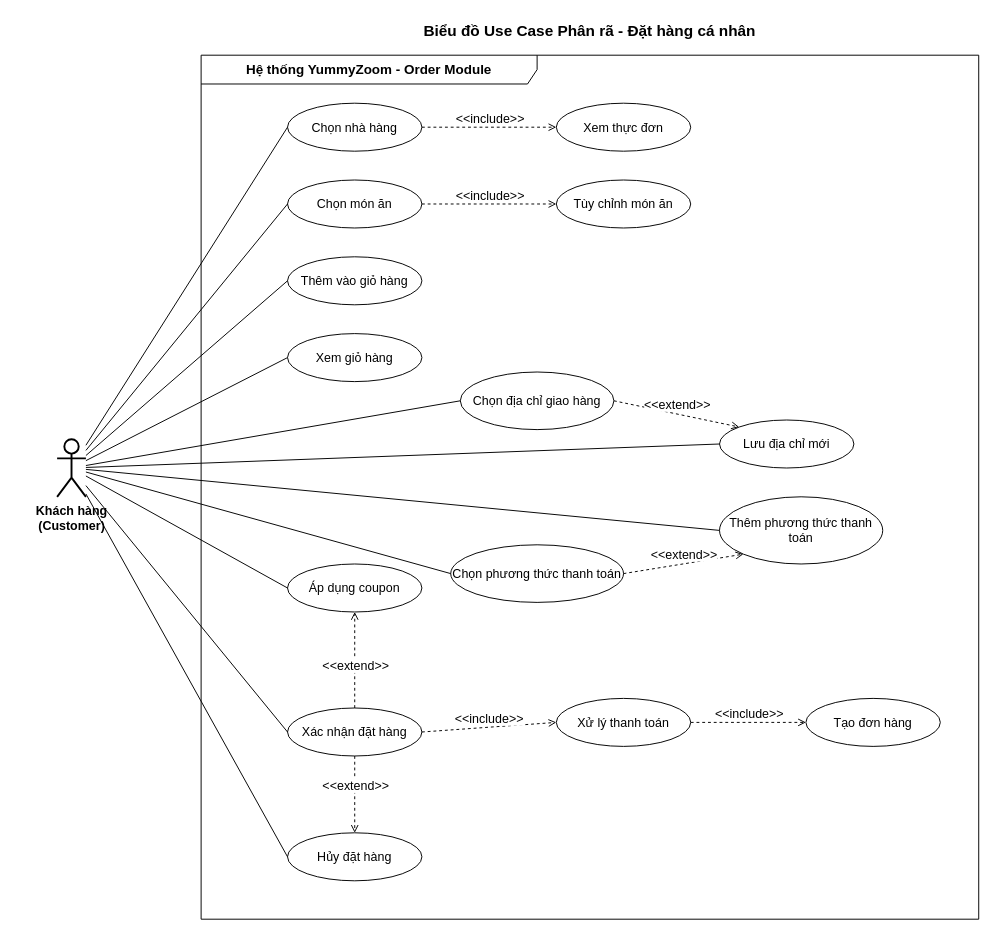
This is report/res/diagrams/usecase_individual_order_decomposition.drawio from hoangvu1420/YummyZoom, a draw.io file, before an edit. Source tidied: cells renumbered, new cells numbered last; positions are measured from the earlier drawing's top-left corner, leaving out a move shared by most shapes. Both pictures are drawn from the tidied source at 96%, with x=0, y=0 at pixel (57, 16).
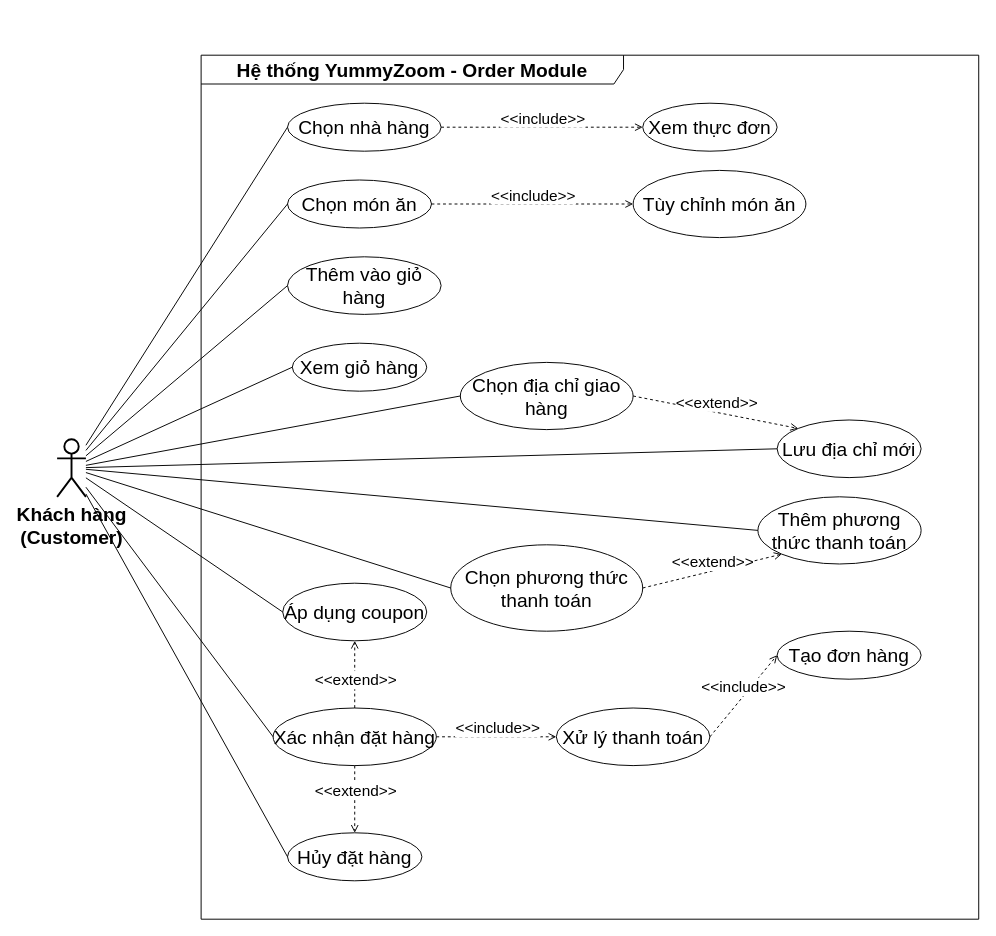
Above is the later version.

Diff of the diagram source:
```diff
@@
-    <mxCell id="2" value="Biểu đồ Use Case Phân rã - Đặt hàng cá nhân" style="text;strokeColor=none;align=center;fillColor=none;html=1;verticalAlign=middle;whiteSpace=wrap;rounded=0;fontSize=16;fontStyle=1;" parent="1" vertex="1">
-      <mxGeometry x="355" width="400" height="30" as="geometry" />
-    </mxCell>
-    <mxCell id="3" value="Hệ thống YummyZoom - Order Module" style="shape=umlFrame;whiteSpace=wrap;html=1;width=350;height=30;fontSize=14;fontStyle=1;" parent="1" vertex="1">
+    <mxCell id="3" value="Hệ thống YummyZoom - Order Module" style="shape=umlFrame;whiteSpace=wrap;html=1;width=440;height=30;fontSize=20;fontStyle=1;" parent="1" vertex="1">
       <mxGeometry x="150" y="40" width="810" height="900" as="geometry" />
     </mxCell>
-    <mxCell id="4" value="Khách hàng&lt;div style=&quot;font-size: 13px;&quot;&gt;(Customer)&lt;/div&gt;" style="shape=umlActor;verticalLabelPosition=bottom;verticalAlign=top;html=1;outlineConnect=0;fontSize=13;fontStyle=1;strokeWidth=2;" parent="1" vertex="1">
+    <mxCell id="4" value="Khách hàng&lt;div style=&quot;font-size: 20px;&quot;&gt;(Customer)&lt;/div&gt;" style="shape=umlActor;verticalLabelPosition=bottom;verticalAlign=top;html=1;outlineConnect=0;fontSize=20;fontStyle=1;strokeWidth=2;" parent="1" vertex="1">
       <mxGeometry y="440" width="30" height="60" as="geometry" />
     </mxCell>
-    <mxCell id="5" value="Chọn nhà hàng" style="ellipse;whiteSpace=wrap;html=1;fontSize=13;" parent="1" vertex="1">
-      <mxGeometry x="240" y="90" width="140" height="50" as="geometry" />
+    <mxCell id="5" value="Chọn nhà hàng" style="ellipse;whiteSpace=wrap;html=1;fontSize=20;" parent="1" vertex="1">
+      <mxGeometry x="240" y="90" width="160" height="50" as="geometry" />
     </mxCell>
-    <mxCell id="6" value="Xem thực đơn" style="ellipse;whiteSpace=wrap;html=1;fontSize=13;" parent="1" vertex="1">
-      <mxGeometry x="520" y="90" width="140" height="50" as="geometry" />
+    <mxCell id="6" value="Xem thực đơn" style="ellipse;whiteSpace=wrap;html=1;fontSize=20;" parent="1" vertex="1">
+      <mxGeometry x="610" y="90" width="140" height="50" as="geometry" />
     </mxCell>
-    <mxCell id="7" value="Chọn món ăn" style="ellipse;whiteSpace=wrap;html=1;fontSize=13;" parent="1" vertex="1">
-      <mxGeometry x="240" y="170" width="140" height="50" as="geometry" />
+    <mxCell id="7" value="Chọn món ăn" style="ellipse;whiteSpace=wrap;html=1;fontSize=20;" parent="1" vertex="1">
+      <mxGeometry x="240" y="170" width="150" height="50" as="geometry" />
     </mxCell>
-    <mxCell id="8" value="Tùy chỉnh món ăn" style="ellipse;whiteSpace=wrap;html=1;fontSize=13;" parent="1" vertex="1">
-      <mxGeometry x="520" y="170" width="140" height="50" as="geometry" />
+    <mxCell id="8" value="Tùy chỉnh món ăn" style="ellipse;whiteSpace=wrap;html=1;fontSize=20;" parent="1" vertex="1">
+      <mxGeometry x="600" y="160" width="180" height="70" as="geometry" />
     </mxCell>
-    <mxCell id="9" value="Thêm vào giỏ hàng" style="ellipse;whiteSpace=wrap;html=1;fontSize=13;" parent="1" vertex="1">
-      <mxGeometry x="240" y="250" width="140" height="50" as="geometry" />
+    <mxCell id="9" value="Thêm vào giỏ hàng" style="ellipse;whiteSpace=wrap;html=1;fontSize=20;" parent="1" vertex="1">
+      <mxGeometry x="240" y="250" width="160" height="60" as="geometry" />
     </mxCell>
-    <mxCell id="10" value="Xem giỏ hàng" style="ellipse;whiteSpace=wrap;html=1;fontSize=13;" parent="1" vertex="1">
-      <mxGeometry x="240" y="330" width="140" height="50" as="geometry" />
+    <mxCell id="10" value="Xem giỏ hàng" style="ellipse;whiteSpace=wrap;html=1;fontSize=20;" parent="1" vertex="1">
+      <mxGeometry x="245" y="340" width="140" height="50" as="geometry" />
     </mxCell>
-    <mxCell id="11" value="Áp dụng coupon" style="ellipse;whiteSpace=wrap;html=1;fontSize=13;" parent="1" vertex="1">
-      <mxGeometry x="240" y="570" width="140" height="50" as="geometry" />
+    <mxCell id="11" value="Áp dụng coupon" style="ellipse;whiteSpace=wrap;html=1;fontSize=20;" parent="1" vertex="1">
+      <mxGeometry x="235" y="590" width="150" height="60" as="geometry" />
     </mxCell>
-    <mxCell id="12" value="Chọn địa chỉ giao hàng" style="ellipse;whiteSpace=wrap;html=1;fontSize=13;" parent="1" vertex="1">
-      <mxGeometry x="420" y="370" width="160" height="60" as="geometry" />
+    <mxCell id="12" value="Chọn địa chỉ giao hàng" style="ellipse;whiteSpace=wrap;html=1;fontSize=20;" parent="1" vertex="1">
+      <mxGeometry x="420" y="360" width="180" height="70" as="geometry" />
     </mxCell>
-    <mxCell id="13" value="Lưu địa chỉ mới" style="ellipse;whiteSpace=wrap;html=1;fontSize=13;" parent="1" vertex="1">
-      <mxGeometry x="690" y="420" width="140" height="50" as="geometry" />
+    <mxCell id="13" value="Lưu địa chỉ mới" style="ellipse;whiteSpace=wrap;html=1;fontSize=20;" parent="1" vertex="1">
+      <mxGeometry x="750" y="420" width="150" height="60" as="geometry" />
     </mxCell>
-    <mxCell id="14" value="Chọn phương thức thanh toán" style="ellipse;whiteSpace=wrap;html=1;fontSize=13;" parent="1" vertex="1">
-      <mxGeometry x="410" y="550" width="180" height="60" as="geometry" />
+    <mxCell id="14" value="Chọn phương thức thanh toán" style="ellipse;whiteSpace=wrap;html=1;fontSize=20;" parent="1" vertex="1">
+      <mxGeometry x="410" y="550" width="200" height="90" as="geometry" />
     </mxCell>
-    <mxCell id="15" value="Thêm phương thức thanh toán" style="ellipse;whiteSpace=wrap;html=1;fontSize=13;" parent="1" vertex="1">
-      <mxGeometry x="690" y="500" width="170" height="70" as="geometry" />
+    <mxCell id="15" value="Thêm phương thức thanh toán" style="ellipse;whiteSpace=wrap;html=1;fontSize=20;" parent="1" vertex="1">
+      <mxGeometry x="730" y="500" width="170" height="70" as="geometry" />
     </mxCell>
-    <mxCell id="16" value="Xác nhận đặt hàng" style="ellipse;whiteSpace=wrap;html=1;fontSize=13;" parent="1" vertex="1">
-      <mxGeometry x="240" y="720" width="140" height="50" as="geometry" />
+    <mxCell id="16" value="Xác nhận đặt hàng" style="ellipse;whiteSpace=wrap;html=1;fontSize=20;" parent="1" vertex="1">
+      <mxGeometry x="225" y="720" width="170" height="60" as="geometry" />
     </mxCell>
-    <mxCell id="17" value="Xử lý thanh toán" style="ellipse;whiteSpace=wrap;html=1;fontSize=13;" parent="1" vertex="1">
-      <mxGeometry x="520" y="710" width="140" height="50" as="geometry" />
+    <mxCell id="17" value="Xử lý thanh toán" style="ellipse;whiteSpace=wrap;html=1;fontSize=20;" parent="1" vertex="1">
+      <mxGeometry x="520" y="720" width="160" height="60" as="geometry" />
     </mxCell>
-    <mxCell id="18" value="Tạo đơn hàng" style="ellipse;whiteSpace=wrap;html=1;fontSize=13;" parent="1" vertex="1">
-      <mxGeometry x="780" y="710" width="140" height="50" as="geometry" />
+    <mxCell id="18" value="Tạo đơn hàng" style="ellipse;whiteSpace=wrap;html=1;fontSize=20;" parent="1" vertex="1">
+      <mxGeometry x="750" y="640" width="150" height="50" as="geometry" />
     </mxCell>
-    <mxCell id="19" value="Hủy đặt hàng" style="ellipse;whiteSpace=wrap;html=1;fontSize=13;" parent="1" vertex="1">
+    <mxCell id="19" value="Hủy đặt hàng" style="ellipse;whiteSpace=wrap;html=1;fontSize=20;" parent="1" vertex="1">
       <mxGeometry x="240" y="850" width="140" height="50" as="geometry" />
     </mxCell>
-    <mxCell id="20" style="endArrow=none;html=1;rounded=0;entryX=0;entryY=0.5;entryDx=0;entryDy=0;" parent="1" edge="1" source="4" target="5">
+    <mxCell id="20" style="endArrow=none;html=1;rounded=0;entryX=0;entryY=0.5;entryDx=0;entryDy=0;fontSize=20;" parent="1" edge="1" source="4" target="5">
       <mxGeometry relative="1" as="geometry" />
     </mxCell>
-    <mxCell id="21" style="endArrow=none;html=1;rounded=0;entryX=0;entryY=0.5;entryDx=0;entryDy=0;" parent="1" edge="1" source="4" target="7">
+    <mxCell id="21" style="endArrow=none;html=1;rounded=0;entryX=0;entryY=0.5;entryDx=0;entryDy=0;fontSize=20;" parent="1" edge="1" source="4" target="7">
       <mxGeometry relative="1" as="geometry" />
     </mxCell>
-    <mxCell id="22" style="endArrow=none;html=1;rounded=0;entryX=0;entryY=0.5;entryDx=0;entryDy=0;" parent="1" edge="1" source="4" target="9">
+    <mxCell id="22" style="endArrow=none;html=1;rounded=0;entryX=0;entryY=0.5;entryDx=0;entryDy=0;fontSize=20;" parent="1" edge="1" source="4" target="9">
       <mxGeometry relative="1" as="geometry" />
     </mxCell>
-    <mxCell id="23" style="endArrow=none;html=1;rounded=0;entryX=0;entryY=0.5;entryDx=0;entryDy=0;" parent="1" edge="1" source="4" target="10">
+    <mxCell id="23" style="endArrow=none;html=1;rounded=0;entryX=0;entryY=0.5;entryDx=0;entryDy=0;fontSize=20;" parent="1" edge="1" source="4" target="10">
       <mxGeometry relative="1" as="geometry" />
     </mxCell>
-    <mxCell id="24" style="endArrow=none;html=1;rounded=0;entryX=0;entryY=0.5;entryDx=0;entryDy=0;" parent="1" edge="1" source="4" target="11">
+    <mxCell id="24" style="endArrow=none;html=1;rounded=0;entryX=0;entryY=0.5;entryDx=0;entryDy=0;fontSize=20;" parent="1" edge="1" source="4" target="11">
       <mxGeometry relative="1" as="geometry" />
     </mxCell>
-    <mxCell id="25" style="endArrow=none;html=1;rounded=0;entryX=0;entryY=0.5;entryDx=0;entryDy=0;" parent="1" edge="1" source="4" target="12">
+    <mxCell id="25" style="endArrow=none;html=1;rounded=0;entryX=0;entryY=0.5;entryDx=0;entryDy=0;fontSize=20;" parent="1" edge="1" source="4" target="12">
       <mxGeometry relative="1" as="geometry" />
     </mxCell>
-    <mxCell id="26" style="endArrow=none;html=1;rounded=0;entryX=0;entryY=0.5;entryDx=0;entryDy=0;" parent="1" edge="1" source="4" target="14">
+    <mxCell id="26" style="endArrow=none;html=1;rounded=0;entryX=0;entryY=0.5;entryDx=0;entryDy=0;fontSize=20;" parent="1" edge="1" source="4" target="14">
       <mxGeometry relative="1" as="geometry" />
     </mxCell>
-    <mxCell id="27" style="endArrow=none;html=1;rounded=0;entryX=0;entryY=0.5;entryDx=0;entryDy=0;" parent="1" edge="1" source="4" target="16">
+    <mxCell id="27" style="endArrow=none;html=1;rounded=0;entryX=0;entryY=0.5;entryDx=0;entryDy=0;fontSize=20;" parent="1" edge="1" source="4" target="16">
       <mxGeometry relative="1" as="geometry" />
     </mxCell>
-    <mxCell id="28" style="endArrow=none;html=1;rounded=0;entryX=0;entryY=0.5;entryDx=0;entryDy=0;" parent="1" edge="1" source="4" target="13">
+    <mxCell id="28" style="endArrow=none;html=1;rounded=0;entryX=0;entryY=0.5;entryDx=0;entryDy=0;fontSize=20;" parent="1" edge="1" source="4" target="13">
       <mxGeometry relative="1" as="geometry" />
     </mxCell>
-    <mxCell id="29" style="endArrow=none;html=1;rounded=0;entryX=0;entryY=0.5;entryDx=0;entryDy=0;" parent="1" edge="1" source="4" target="15">
+    <mxCell id="29" style="endArrow=none;html=1;rounded=0;entryX=0;entryY=0.5;entryDx=0;entryDy=0;fontSize=20;" parent="1" edge="1" source="4" target="15">
       <mxGeometry relative="1" as="geometry" />
     </mxCell>
-    <mxCell id="30" style="endArrow=none;html=1;rounded=0;entryX=0;entryY=0.5;entryDx=0;entryDy=0;" parent="1" edge="1" source="4" target="19">
+    <mxCell id="30" style="endArrow=none;html=1;rounded=0;entryX=0;entryY=0.5;entryDx=0;entryDy=0;fontSize=20;" parent="1" edge="1" source="4" target="19">
       <mxGeometry relative="1" as="geometry" />
     </mxCell>
-    <mxCell id="31" style="endArrow=open;dashed=1;html=1;rounded=0;exitX=1;exitY=0.5;exitDx=0;exitDy=0;entryX=0;entryY=0.5;entryDx=0;entryDy=0;fontSize=13;" parent="1" edge="1" source="5" target="6">
+    <mxCell id="31" style="endArrow=open;dashed=1;html=1;rounded=0;exitX=1;exitY=0.5;exitDx=0;exitDy=0;entryX=0;entryY=0.5;entryDx=0;entryDy=0;fontSize=20;" parent="1" edge="1" source="5" target="6">
       <mxGeometry relative="1" as="geometry" />
     </mxCell>
-    <mxCell id="32" value="&amp;lt;&amp;lt;include&amp;gt;&amp;gt;" style="edgeLabel;html=1;align=center;verticalAlign=middle;fontSize=13;" parent="31" vertex="1">
+    <mxCell id="32" value="&amp;lt;&amp;lt;include&amp;gt;&amp;gt;" style="edgeLabel;html=1;align=center;verticalAlign=middle;fontSize=16;" parent="31" vertex="1">
       <mxGeometry relative="1" as="geometry">
         <mxPoint y="-10" as="offset" />
       </mxGeometry>
     </mxCell>
-    <mxCell id="33" style="endArrow=open;dashed=1;html=1;rounded=0;exitX=1;exitY=0.5;exitDx=0;exitDy=0;entryX=0;entryY=0.5;entryDx=0;entryDy=0;fontSize=13;" parent="1" edge="1" source="7" target="8">
+    <mxCell id="33" style="endArrow=open;dashed=1;html=1;rounded=0;exitX=1;exitY=0.5;exitDx=0;exitDy=0;entryX=0;entryY=0.5;entryDx=0;entryDy=0;fontSize=20;" parent="1" edge="1" source="7" target="8">
       <mxGeometry relative="1" as="geometry" />
     </mxCell>
-    <mxCell id="34" value="&amp;lt;&amp;lt;include&amp;gt;&amp;gt;" style="edgeLabel;html=1;align=center;verticalAlign=middle;fontSize=13;" parent="33" vertex="1">
+    <mxCell id="34" value="&amp;lt;&amp;lt;include&amp;gt;&amp;gt;" style="edgeLabel;html=1;align=center;verticalAlign=middle;fontSize=16;fontFamily=Helvetica;fontColor=default;labelBackgroundColor=default;fillColor=none;gradientColor=none;" parent="33" vertex="1">
       <mxGeometry relative="1" as="geometry">
         <mxPoint y="-10" as="offset" />
       </mxGeometry>
     </mxCell>
-    <mxCell id="35" style="endArrow=open;dashed=1;html=1;rounded=0;exitX=1;exitY=0.5;exitDx=0;exitDy=0;entryX=0;entryY=0.5;entryDx=0;entryDy=0;fontSize=13;" parent="1" edge="1" source="16" target="17">
+    <mxCell id="35" style="endArrow=open;dashed=1;html=1;rounded=0;exitX=1;exitY=0.5;exitDx=0;exitDy=0;entryX=0;entryY=0.5;entryDx=0;entryDy=0;fontSize=20;" parent="1" edge="1" source="16" target="17">
       <mxGeometry relative="1" as="geometry" />
     </mxCell>
-    <mxCell id="36" value="&amp;lt;&amp;lt;include&amp;gt;&amp;gt;" style="edgeLabel;html=1;align=center;verticalAlign=middle;fontSize=13;" parent="35" vertex="1">
+    <mxCell id="36" value="&amp;lt;&amp;lt;include&amp;gt;&amp;gt;" style="edgeLabel;html=1;align=center;verticalAlign=middle;fontSize=16;fontFamily=Helvetica;fontColor=default;labelBackgroundColor=default;fillColor=none;gradientColor=none;" parent="35" vertex="1">
       <mxGeometry relative="1" as="geometry">
         <mxPoint y="-10" as="offset" />
       </mxGeometry>
     </mxCell>
-    <mxCell id="37" style="endArrow=open;dashed=1;html=1;rounded=0;exitX=1;exitY=0.5;exitDx=0;exitDy=0;entryX=0;entryY=0.5;entryDx=0;entryDy=0;fontSize=13;" parent="1" edge="1" source="17" target="18">
+    <mxCell id="37" style="endArrow=open;dashed=1;html=1;rounded=0;exitX=1;exitY=0.5;exitDx=0;exitDy=0;entryX=0;entryY=0.5;entryDx=0;entryDy=0;fontSize=20;" parent="1" edge="1" source="17" target="18">
       <mxGeometry relative="1" as="geometry" />
     </mxCell>
-    <mxCell id="38" value="&amp;lt;&amp;lt;include&amp;gt;&amp;gt;" style="edgeLabel;html=1;align=center;verticalAlign=middle;fontSize=13;" parent="37" vertex="1">
+    <mxCell id="38" value="&amp;lt;&amp;lt;include&amp;gt;&amp;gt;" style="edgeLabel;html=1;align=center;verticalAlign=middle;fontSize=16;fontFamily=Helvetica;fontColor=default;labelBackgroundColor=default;fillColor=none;gradientColor=none;" parent="37" vertex="1">
       <mxGeometry relative="1" as="geometry">
         <mxPoint y="-10" as="offset" />
       </mxGeometry>
     </mxCell>
-    <mxCell id="39" style="endArrow=open;dashed=1;html=1;rounded=0;entryX=0;entryY=0;entryDx=0;entryDy=0;fontSize=13;exitX=1;exitY=0.5;exitDx=0;exitDy=0;" parent="1" edge="1" source="12" target="13">
+    <mxCell id="39" style="endArrow=open;dashed=1;html=1;rounded=0;entryX=0;entryY=0;entryDx=0;entryDy=0;fontSize=20;exitX=1;exitY=0.5;exitDx=0;exitDy=0;" parent="1" edge="1" source="12" target="13">
       <mxGeometry relative="1" as="geometry" />
     </mxCell>
-    <mxCell id="40" value="&amp;lt;&amp;lt;extend&amp;gt;&amp;gt;" style="edgeLabel;html=1;align=center;verticalAlign=middle;fontSize=13;" parent="39" vertex="1">
+    <mxCell id="40" value="&amp;lt;&amp;lt;extend&amp;gt;&amp;gt;" style="edgeLabel;html=1;align=center;verticalAlign=middle;fontSize=16;fontFamily=Helvetica;fontColor=default;labelBackgroundColor=default;fillColor=none;gradientColor=none;" parent="39" vertex="1">
       <mxGeometry relative="1" as="geometry">
         <mxPoint y="-10" as="offset" />
       </mxGeometry>
     </mxCell>
-    <mxCell id="41" style="endArrow=open;dashed=1;html=1;rounded=0;exitX=1;exitY=0.5;exitDx=0;exitDy=0;entryX=0;entryY=1;entryDx=0;entryDy=0;fontSize=13;" parent="1" edge="1" source="14" target="15">
+    <mxCell id="41" style="endArrow=open;dashed=1;html=1;rounded=0;exitX=1;exitY=0.5;exitDx=0;exitDy=0;entryX=0;entryY=1;entryDx=0;entryDy=0;fontSize=20;" parent="1" edge="1" source="14" target="15">
       <mxGeometry relative="1" as="geometry" />
     </mxCell>
-    <mxCell id="42" value="&amp;lt;&amp;lt;extend&amp;gt;&amp;gt;" style="edgeLabel;html=1;align=center;verticalAlign=middle;fontSize=13;" parent="41" vertex="1">
+    <mxCell id="42" value="&amp;lt;&amp;lt;extend&amp;gt;&amp;gt;" style="edgeLabel;html=1;align=center;verticalAlign=middle;fontSize=16;fontFamily=Helvetica;fontColor=default;labelBackgroundColor=default;fillColor=none;gradientColor=none;" parent="41" vertex="1">
       <mxGeometry relative="1" as="geometry">
         <mxPoint y="-10" as="offset" />
       </mxGeometry>
     </mxCell>
-    <mxCell id="43" style="endArrow=open;dashed=1;html=1;rounded=0;exitX=0.5;exitY=0;exitDx=0;exitDy=0;entryX=0.5;entryY=1;entryDx=0;entryDy=0;fontSize=13;" parent="1" edge="1" source="16" target="11">
+    <mxCell id="43" style="endArrow=open;dashed=1;html=1;rounded=0;exitX=0.5;exitY=0;exitDx=0;exitDy=0;entryX=0.5;entryY=1;entryDx=0;entryDy=0;fontSize=20;" parent="1" edge="1" source="16" target="11">
       <mxGeometry relative="1" as="geometry" />
     </mxCell>
-    <mxCell id="44" value="&amp;lt;&amp;lt;extend&amp;gt;&amp;gt;" style="edgeLabel;html=1;align=center;verticalAlign=middle;fontSize=13;" parent="43" vertex="1">
+    <mxCell id="44" value="&amp;lt;&amp;lt;extend&amp;gt;&amp;gt;" style="edgeLabel;html=1;align=center;verticalAlign=middle;fontSize=16;fontFamily=Helvetica;fontColor=default;labelBackgroundColor=default;fillColor=none;gradientColor=none;" parent="43" vertex="1">
       <mxGeometry relative="1" as="geometry">
         <mxPoint y="5" as="offset" />
       </mxGeometry>
     </mxCell>
-    <mxCell id="45" style="endArrow=open;dashed=1;html=1;rounded=0;exitX=0.5;exitY=1;exitDx=0;exitDy=0;entryX=0.5;entryY=0;entryDx=0;entryDy=0;fontSize=13;" parent="1" edge="1" source="16" target="19">
+    <mxCell id="45" style="endArrow=open;dashed=1;html=1;rounded=0;exitX=0.5;exitY=1;exitDx=0;exitDy=0;entryX=0.5;entryY=0;entryDx=0;entryDy=0;fontSize=20;" parent="1" edge="1" source="16" target="19">
       <mxGeometry relative="1" as="geometry" />
     </mxCell>
-    <mxCell id="46" value="&amp;lt;&amp;lt;extend&amp;gt;&amp;gt;" style="edgeLabel;html=1;align=center;verticalAlign=middle;fontSize=13;" parent="45" vertex="1">
+    <mxCell id="46" value="&amp;lt;&amp;lt;extend&amp;gt;&amp;gt;" style="edgeLabel;html=1;align=center;verticalAlign=middle;fontSize=16;fontFamily=Helvetica;fontColor=default;labelBackgroundColor=default;fillColor=none;gradientColor=none;" parent="45" vertex="1">
       <mxGeometry relative="1" as="geometry">
         <mxPoint y="-10" as="offset" />
       </mxGeometry>
     </mxCell>
```
